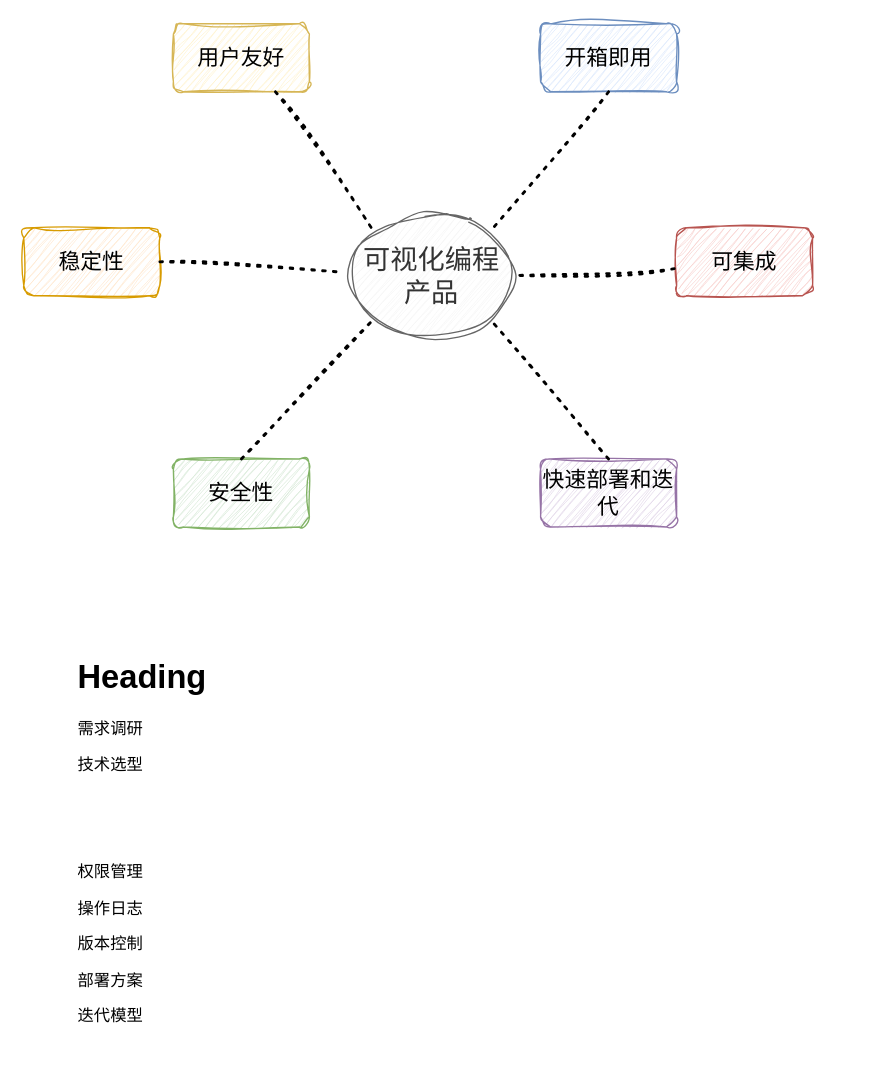
This is 低代码——需求分析——可视化编程需求.drawio from tangyaosimida/love, a draw.io file, before an edit. Source tidied: cells renumbered, new cells numbered last; positions are measured from the earlier drawing's top-left corner, leaving out a move shared by most shapes. Both pictures are drawn from the tidied source at 136%, with x=0, y=0 at pixel (23, 23).
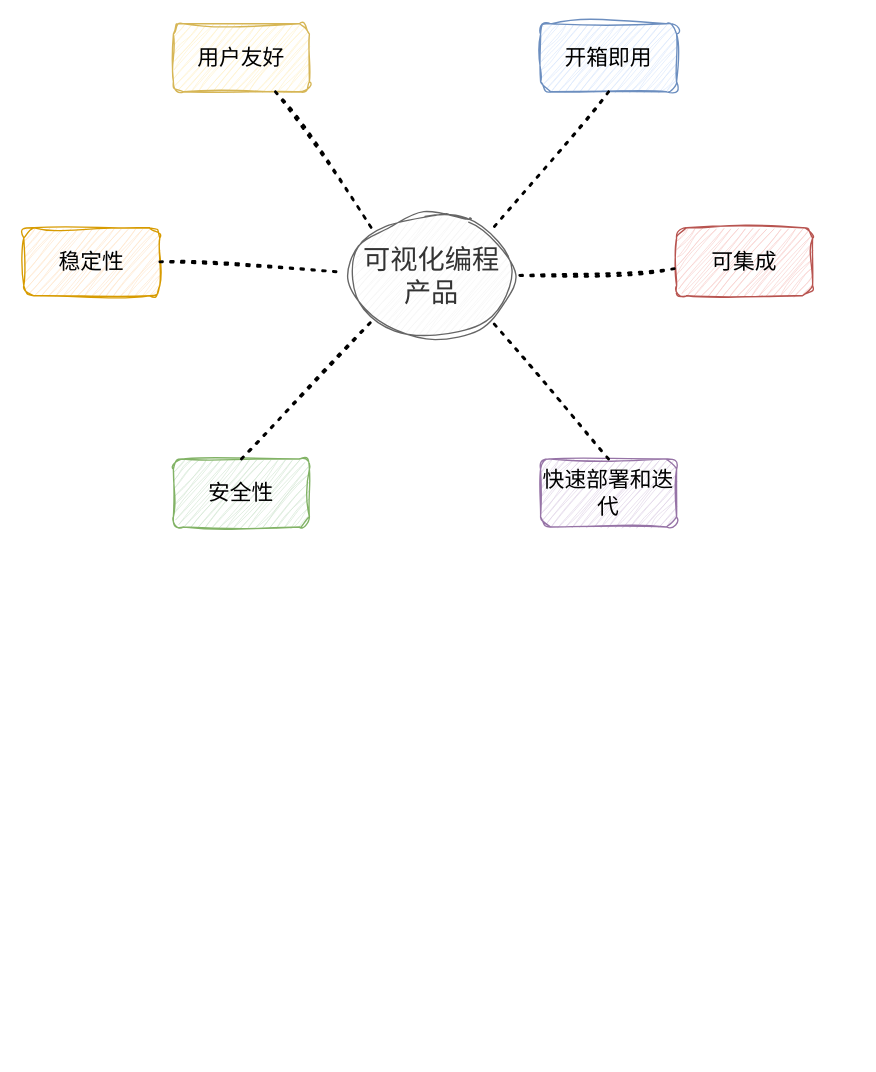
After the change.

Commit message (it also covers changes not shown here):
更新低代码——需求分析——可视化编程需求.drawio

Change to the diagram source:
```diff
@@
 <mxGraphModel>
   <root>
     <mxCell id="0" />
     <mxCell id="1" parent="0" />
     <mxCell id="2" value="&lt;font style=&quot;font-size: 16px;&quot;&gt;开箱即用&lt;/font&gt;" style="rounded=1;whiteSpace=wrap;html=1;fontSize=16;fillColor=#dae8fc;strokeColor=#6c8ebf;sketch=1;curveFitting=1;jiggle=2;" parent="1" vertex="1">
       <mxGeometry x="380" width="100" height="50" as="geometry" />
     </mxCell>
     <mxCell id="3" value="&lt;font style=&quot;font-size: 16px;&quot;&gt;用户友好&lt;/font&gt;" style="rounded=1;whiteSpace=wrap;html=1;fontSize=16;fillColor=#fff2cc;strokeColor=#d6b656;sketch=1;curveFitting=1;jiggle=2;" parent="1" vertex="1">
       <mxGeometry x="110" width="100" height="50" as="geometry" />
     </mxCell>
     <mxCell id="4" value="&lt;span style=&quot;font-size: 16px;&quot;&gt;快速部署和迭代&lt;/span&gt;" style="rounded=1;whiteSpace=wrap;html=1;fontSize=16;fillColor=#e1d5e7;strokeColor=#9673a6;sketch=1;curveFitting=1;jiggle=2;" parent="1" vertex="1">
       <mxGeometry x="380" y="320" width="100" height="50" as="geometry" />
     </mxCell>
     <mxCell id="5" value="安全性" style="rounded=1;whiteSpace=wrap;html=1;fontSize=16;fillColor=#d5e8d4;strokeColor=#82b366;sketch=1;curveFitting=1;jiggle=2;" parent="1" vertex="1">
       <mxGeometry x="110" y="320" width="100" height="50" as="geometry" />
     </mxCell>
     <mxCell id="6" value="稳定性" style="rounded=1;whiteSpace=wrap;html=1;fontSize=16;fillColor=#ffe6cc;strokeColor=#d79b00;sketch=1;curveFitting=1;jiggle=2;" parent="1" vertex="1">
       <mxGeometry y="150" width="100" height="50" as="geometry" />
     </mxCell>
     <mxCell id="7" value="可集成" style="rounded=1;whiteSpace=wrap;html=1;fontSize=16;fillColor=#f8cecc;strokeColor=#b85450;sketch=1;curveFitting=1;jiggle=2;" parent="1" vertex="1">
       <mxGeometry x="480" y="150" width="100" height="50" as="geometry" />
     </mxCell>
     <mxCell id="8" value="&lt;span style=&quot;color: rgb(51, 51, 51);&quot;&gt;&lt;font style=&quot;font-size: 20px;&quot;&gt;可视化编程产品&lt;/font&gt;&lt;/span&gt;" style="ellipse;whiteSpace=wrap;html=1;fillColor=#f5f5f5;fontColor=#333333;strokeColor=#666666;sketch=1;curveFitting=1;jiggle=2;" parent="1" vertex="1">
       <mxGeometry x="240" y="140" width="120" height="90" as="geometry" />
     </mxCell>
     <mxCell id="9" style="endArrow=none;dashed=1;html=1;dashPattern=1 3;strokeWidth=2;rounded=0;exitX=0.75;exitY=1;exitDx=0;exitDy=0;entryX=0;entryY=0;entryDx=0;entryDy=0;sketch=1;curveFitting=1;jiggle=2;" parent="1" edge="1" source="3" target="8">
       <mxGeometry relative="1" as="geometry" />
     </mxCell>
     <mxCell id="10" style="endArrow=none;dashed=1;html=1;dashPattern=1 3;strokeWidth=2;rounded=0;exitX=0.5;exitY=1;exitDx=0;exitDy=0;entryX=1;entryY=0;entryDx=0;entryDy=0;sketch=1;curveFitting=1;jiggle=2;" parent="1" edge="1" source="2" target="8">
       <mxGeometry relative="1" as="geometry" />
     </mxCell>
     <mxCell id="11" style="endArrow=none;dashed=1;html=1;dashPattern=1 3;strokeWidth=2;rounded=0;exitX=-0.017;exitY=0.601;exitDx=0;exitDy=0;entryX=1;entryY=0.5;entryDx=0;entryDy=0;exitPerimeter=0;sketch=1;curveFitting=1;jiggle=2;" parent="1" edge="1" source="7" target="8">
       <mxGeometry relative="1" as="geometry" />
     </mxCell>
     <mxCell id="12" style="endArrow=none;dashed=1;html=1;dashPattern=1 3;strokeWidth=2;rounded=0;exitX=0.5;exitY=0;exitDx=0;exitDy=0;entryX=1;entryY=1;entryDx=0;entryDy=0;sketch=1;curveFitting=1;jiggle=2;" parent="1" edge="1" source="4" target="8">
       <mxGeometry relative="1" as="geometry" />
     </mxCell>
     <mxCell id="13" style="endArrow=none;dashed=1;html=1;dashPattern=1 3;strokeWidth=2;rounded=0;exitX=0.5;exitY=0;exitDx=0;exitDy=0;entryX=0;entryY=1;entryDx=0;entryDy=0;sketch=1;curveFitting=1;jiggle=2;" parent="1" edge="1" source="5" target="8">
       <mxGeometry relative="1" as="geometry" />
     </mxCell>
     <mxCell id="14" style="endArrow=none;dashed=1;html=1;dashPattern=1 3;strokeWidth=2;rounded=0;exitX=1;exitY=0.5;exitDx=0;exitDy=0;entryX=-0.037;entryY=0.475;entryDx=0;entryDy=0;entryPerimeter=0;sketch=1;curveFitting=1;jiggle=2;" parent="1" edge="1" source="6" target="8">
       <mxGeometry relative="1" as="geometry" />
     </mxCell>
-    <mxCell id="15" value="&lt;h1 style=&quot;margin-top: 0px;&quot;&gt;Heading&lt;/h1&gt;&lt;p&gt;需求调研&lt;/p&gt;&lt;p&gt;技术选型&lt;/p&gt;&lt;p&gt;&lt;br&gt;&lt;/p&gt;&lt;p&gt;&lt;br&gt;&lt;/p&gt;&lt;p&gt;权限管理&lt;/p&gt;&lt;p&gt;操作日志&lt;/p&gt;&lt;p&gt;版本控制&lt;/p&gt;&lt;p&gt;部署方案&lt;/p&gt;&lt;p&gt;迭代模型&lt;/p&gt;" style="text;html=1;whiteSpace=wrap;overflow=hidden;rounded=0;" parent="1" vertex="1">
-      <mxGeometry x="38" y="460" width="571" height="290" as="geometry" />
-    </mxCell>
   </root>
 </mxGraphModel>
```
